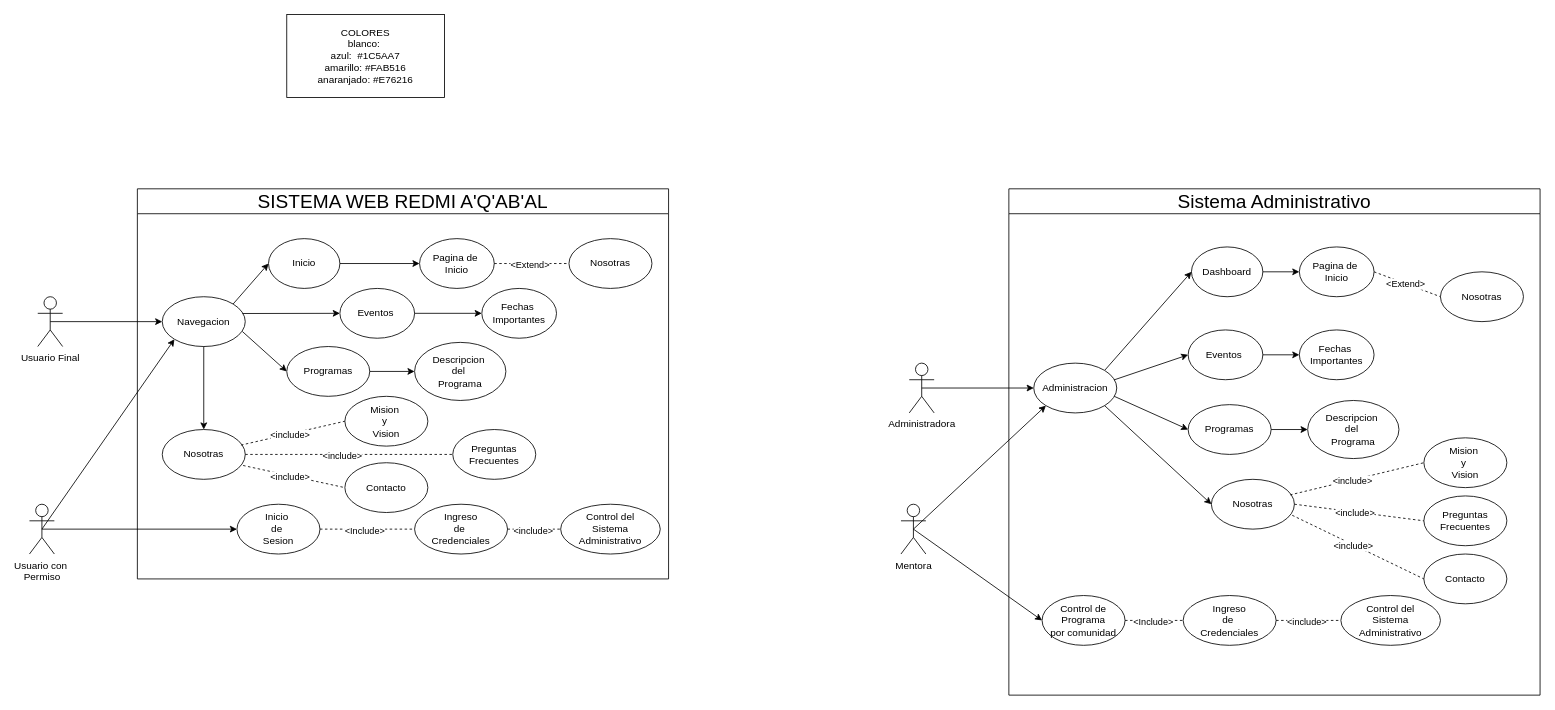
NealD00/Diagramin keeps this draw.io diagram as page "Casos de Uso" (2 of 2) of REDMI.drawio. Above is the earlier version. Source tidied: cells renumbered, new cells numbered last; positions are measured from the earlier drawing's top-left corner, leaving out a move shared by most shapes. Both pictures are drawn from the tidied source at 83%, with x=0, y=0 at pixel (29, 14).
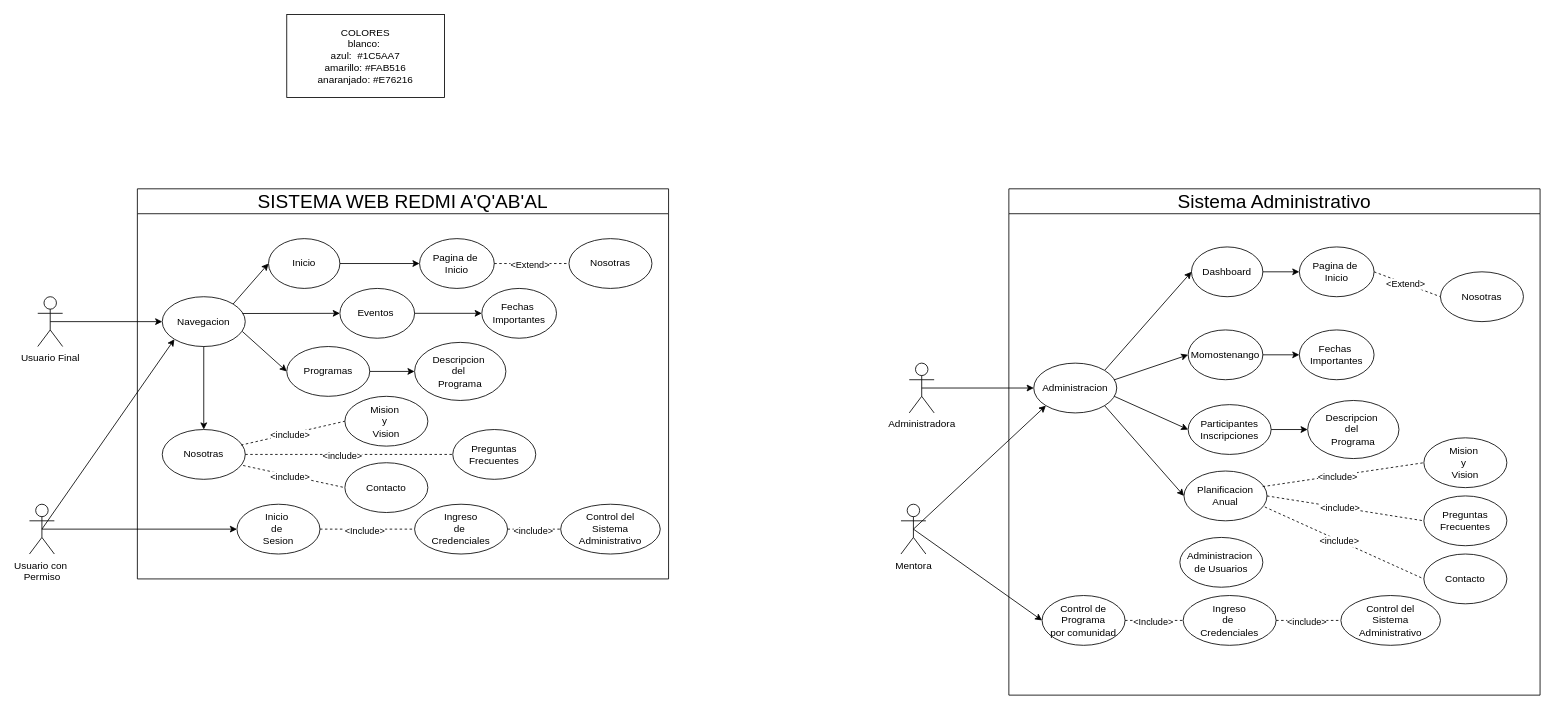
Above is the later version.

Unchanged cells that the change refers to:
```xml
<mxCell id="41" value="&lt;span style=&quot;font-size: 23px; font-weight: 400;&quot;&gt;Sistema Administrativo&lt;/span&gt;" style="swimlane;whiteSpace=wrap;html=1;startSize=30;fillColor=default;" parent="1" vertex="1">
  <mxGeometry x="1180" y="210" width="640" height="610" as="geometry" />
</mxCell>
```

Diff of the diagram source:
```diff
@@
-    <mxCell id="45" value="Programas" style="ellipse;whiteSpace=wrap;html=1;" parent="41" vertex="1">
+    <mxCell id="45" value="Participantes&lt;div&gt;Inscripciones&lt;/div&gt;" style="ellipse;whiteSpace=wrap;html=1;" parent="41" vertex="1">
       <mxGeometry x="216" y="260" width="100" height="60" as="geometry" />
     </mxCell>
-    <mxCell id="46" value="Eventos&amp;nbsp;" style="ellipse;whiteSpace=wrap;html=1;" parent="41" vertex="1">
+    <mxCell id="46" value="Momostenango" style="ellipse;whiteSpace=wrap;html=1;" parent="41" vertex="1">
       <mxGeometry x="216" y="170" width="90" height="60" as="geometry" />
     </mxCell>
@@
-    <mxCell id="49" value="Nosotras" style="ellipse;whiteSpace=wrap;html=1;" parent="41" vertex="1">
-      <mxGeometry x="244" y="350" width="100" height="60" as="geometry" />
+    <mxCell id="49" value="Planificacion Anual" style="ellipse;whiteSpace=wrap;html=1;" parent="41" vertex="1">
+      <mxGeometry x="211" y="340" width="100" height="60" as="geometry" />
     </mxCell>
@@
+    <mxCell id="83" value="Administracion&amp;nbsp;&lt;div&gt;de Usuarios&lt;/div&gt;" style="ellipse;whiteSpace=wrap;html=1;" parent="41" vertex="1">
+      <mxGeometry x="206" y="420" width="100" height="60" as="geometry" />
+    </mxCell>
```
